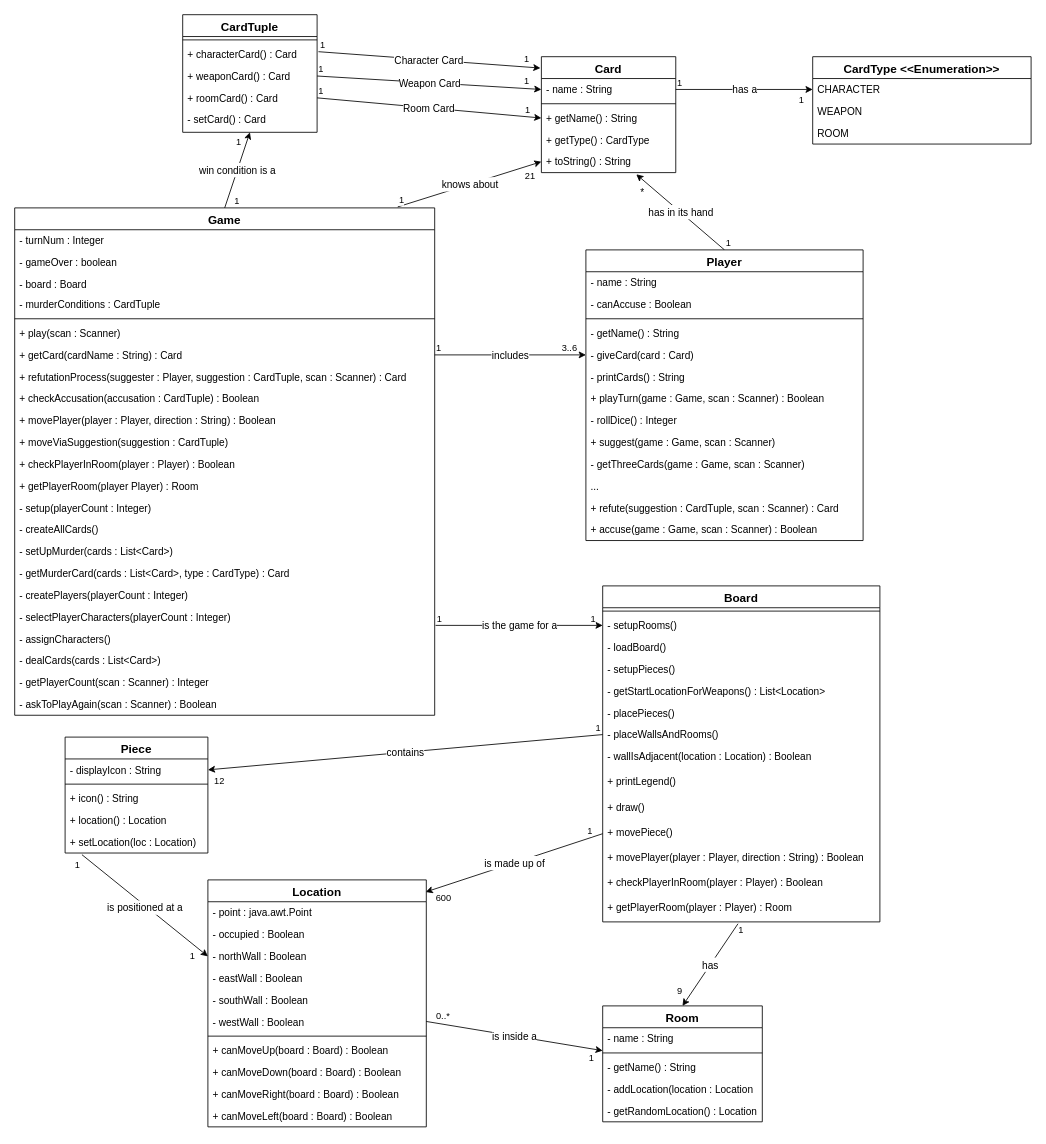
ZeusExMachina/Swen225-Assignment-1 keeps this draw.io diagram as CluedoUML.drawio. Above is the earlier version. Source tidied: cells renumbered, new cells numbered last; positions are measured from the earlier drawing's top-left corner, leaving out a move shared by most shapes. Both pictures are drawn from the tidied source at 84%, with x=0, y=0 at pixel (14, 14).
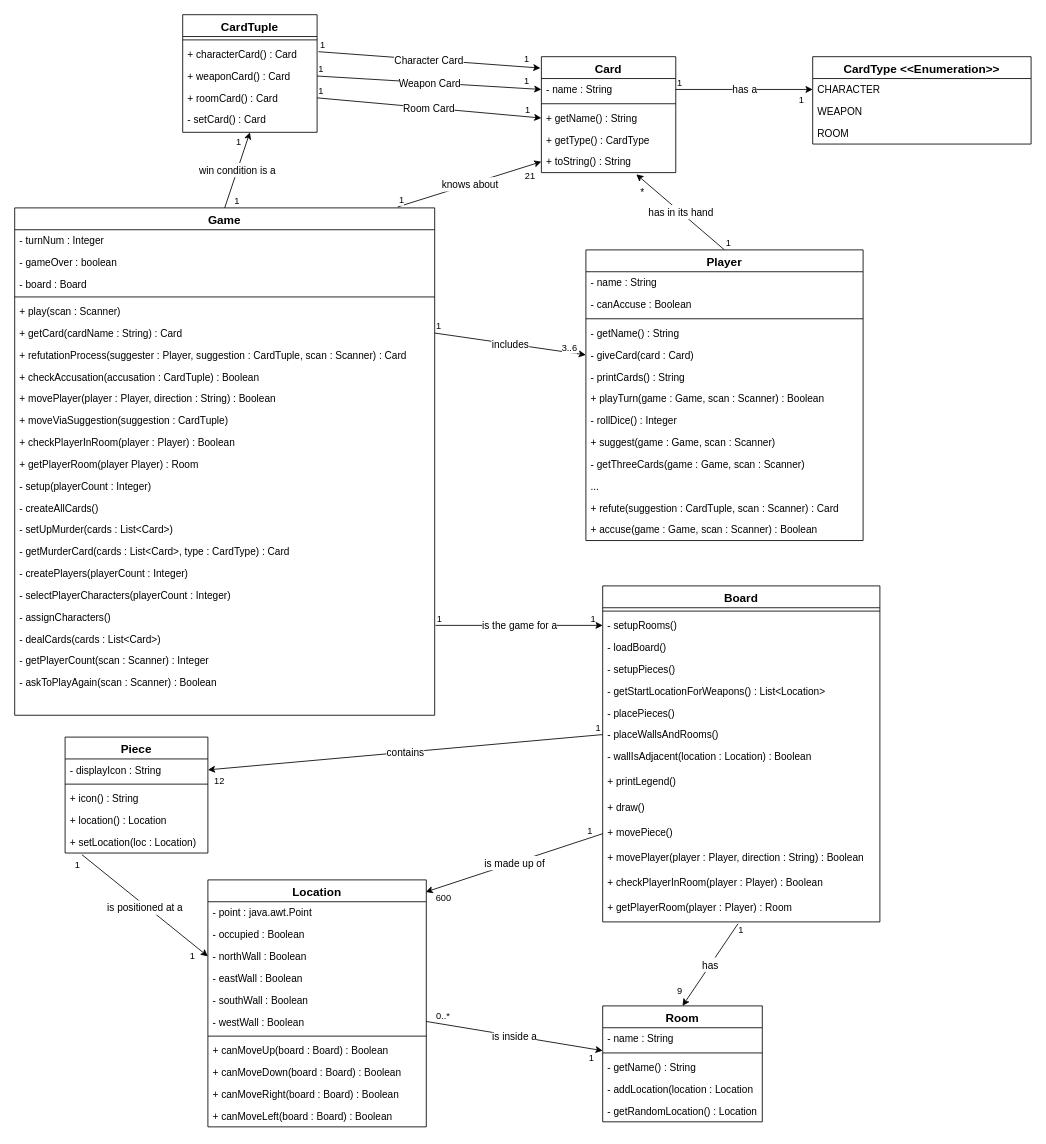
The same diagram, later.

Unchanged cells that the change refers to:
```xml
<mxCell id="8" value="Game" style="swimlane;fontStyle=1;align=center;verticalAlign=top;horizontal=1;startSize=26;rounded=0;shadow=0;strokeWidth=1;fontSize=14;" parent="1" vertex="1">
  <mxGeometry y="230" width="500" height="604" as="geometry" />
</mxCell>
```

What changed in the source:
```diff
@@
-    <mxCell id="12" value="- murderConditions : CardTuple" style="text;align=left;verticalAlign=top;spacingLeft=4;spacingRight=4;overflow=hidden;rounded=0;shadow=0;html=0;" parent="8" vertex="1">
-      <mxGeometry y="102" width="500" height="26" as="geometry" />
-    </mxCell>
     <mxCell id="13" style="line;html=1;strokeWidth=1;align=left;verticalAlign=middle;spacingTop=-1;spacingLeft=3;spacingRight=3;labelPosition=right;" parent="8" vertex="1">
-      <mxGeometry y="128" width="500" height="8" as="geometry" />
+      <mxGeometry y="102" width="500" height="8" as="geometry" />
     </mxCell>
     <mxCell id="14" value="+ play(scan : Scanner)" style="text;align=left;verticalAlign=top;spacingLeft=4;spacingRight=4;overflow=hidden;" parent="8" vertex="1">
-      <mxGeometry y="136" width="500" height="26" as="geometry" />
+      <mxGeometry y="110" width="500" height="26" as="geometry" />
     </mxCell>
     <mxCell id="15" value="+ getCard(cardName : String) : Card" style="text;align=left;verticalAlign=top;spacingLeft=4;spacingRight=4;overflow=hidden;points=[[0,0.5],[1,0.5]];portConstraint=eastwest;" parent="8" vertex="1">
-      <mxGeometry y="162" width="500" height="26" as="geometry" />
+      <mxGeometry y="136" width="500" height="26" as="geometry" />
     </mxCell>
     <mxCell id="16" value="+ refutationProcess(suggester : Player, suggestion : CardTuple, scan : Scanner) : Card" style="text;align=left;verticalAlign=top;spacingLeft=4;spacingRight=4;overflow=hidden;" parent="8" vertex="1">
-      <mxGeometry y="188" width="500" height="26" as="geometry" />
+      <mxGeometry y="162" width="500" height="26" as="geometry" />
     </mxCell>
     <mxCell id="17" value="+ checkAccusation(accusation : CardTuple) : Boolean" style="text;align=left;verticalAlign=top;spacingLeft=4;spacingRight=4;overflow=hidden;" parent="8" vertex="1">
-      <mxGeometry y="214" width="500" height="26" as="geometry" />
+      <mxGeometry y="188" width="500" height="26" as="geometry" />
     </mxCell>
     <mxCell id="18" value="+ movePlayer(player : Player, direction : String) : Boolean" style="text;align=left;verticalAlign=top;spacingLeft=4;spacingRight=4;overflow=hidden;" parent="8" vertex="1">
-      <mxGeometry y="240" width="500" height="26" as="geometry" />
+      <mxGeometry y="214" width="500" height="26" as="geometry" />
     </mxCell>
     <mxCell id="19" value="+ moveViaSuggestion(suggestion : CardTuple)" style="text;align=left;verticalAlign=top;spacingLeft=4;spacingRight=4;overflow=hidden;" parent="8" vertex="1">
-      <mxGeometry y="266" width="500" height="26" as="geometry" />
+      <mxGeometry y="240" width="500" height="26" as="geometry" />
     </mxCell>
     <mxCell id="20" value="+ checkPlayerInRoom(player : Player) : Boolean" style="text;align=left;verticalAlign=top;spacingLeft=4;spacingRight=4;overflow=hidden;" parent="8" vertex="1">
-      <mxGeometry y="292" width="500" height="26" as="geometry" />
+      <mxGeometry y="266" width="500" height="26" as="geometry" />
     </mxCell>
     <mxCell id="21" value="+ getPlayerRoom(player Player) : Room" style="text;align=left;verticalAlign=top;spacingLeft=4;spacingRight=4;overflow=hidden;" parent="8" vertex="1">
-      <mxGeometry y="318" width="500" height="26" as="geometry" />
+      <mxGeometry y="292" width="500" height="26" as="geometry" />
     </mxCell>
     <mxCell id="22" value="- setup(playerCount : Integer)" style="text;align=left;verticalAlign=top;spacingLeft=4;spacingRight=4;overflow=hidden;" parent="8" vertex="1">
-      <mxGeometry y="344" width="500" height="26" as="geometry" />
+      <mxGeometry y="318" width="500" height="26" as="geometry" />
     </mxCell>
     <mxCell id="23" value="- createAllCards()" style="text;align=left;verticalAlign=top;spacingLeft=4;spacingRight=4;overflow=hidden;" parent="8" vertex="1">
-      <mxGeometry y="370" width="500" height="26" as="geometry" />
+      <mxGeometry y="344" width="500" height="26" as="geometry" />
     </mxCell>
     <mxCell id="24" value="- setUpMurder(cards : List&lt;Card&gt;)" style="text;align=left;verticalAlign=top;spacingLeft=4;spacingRight=4;overflow=hidden;" parent="8" vertex="1">
-      <mxGeometry y="396" width="500" height="26" as="geometry" />
+      <mxGeometry y="370" width="500" height="26" as="geometry" />
     </mxCell>
     <mxCell id="25" value="- getMurderCard(cards : List&lt;Card&gt;, type : CardType) : Card" style="text;align=left;verticalAlign=top;spacingLeft=4;spacingRight=4;overflow=hidden;" parent="8" vertex="1">
-      <mxGeometry y="422" width="500" height="26" as="geometry" />
+      <mxGeometry y="396" width="500" height="26" as="geometry" />
     </mxCell>
     <mxCell id="26" value="- createPlayers(playerCount : Integer)" style="text;align=left;verticalAlign=top;spacingLeft=4;spacingRight=4;overflow=hidden;" parent="8" vertex="1">
-      <mxGeometry y="448" width="500" height="26" as="geometry" />
+      <mxGeometry y="422" width="500" height="26" as="geometry" />
     </mxCell>
     <mxCell id="27" value="- selectPlayerCharacters(playerCount : Integer)" style="text;align=left;verticalAlign=top;spacingLeft=4;spacingRight=4;overflow=hidden;" parent="8" vertex="1">
-      <mxGeometry y="474" width="500" height="26" as="geometry" />
+      <mxGeometry y="448" width="500" height="26" as="geometry" />
     </mxCell>
     <mxCell id="28" value="- assignCharacters()" style="text;align=left;verticalAlign=top;spacingLeft=4;spacingRight=4;overflow=hidden;" parent="8" vertex="1">
-      <mxGeometry y="500" width="500" height="26" as="geometry" />
+      <mxGeometry y="474" width="500" height="26" as="geometry" />
     </mxCell>
     <mxCell id="29" value="- dealCards(cards : List&lt;Card&gt;)" style="text;align=left;verticalAlign=top;spacingLeft=4;spacingRight=4;overflow=hidden;" parent="8" vertex="1">
-      <mxGeometry y="526" width="500" height="26" as="geometry" />
+      <mxGeometry y="500" width="500" height="26" as="geometry" />
     </mxCell>
     <mxCell id="30" value="- getPlayerCount(scan : Scanner) : Integer" style="text;align=left;verticalAlign=top;spacingLeft=4;spacingRight=4;overflow=hidden;" parent="8" vertex="1">
-      <mxGeometry y="552" width="500" height="26" as="geometry" />
+      <mxGeometry y="526" width="500" height="26" as="geometry" />
     </mxCell>
     <mxCell id="31" value="- askToPlayAgain(scan : Scanner) : Boolean" style="text;align=left;verticalAlign=top;spacingLeft=4;spacingRight=4;overflow=hidden;" parent="8" vertex="1">
-      <mxGeometry y="578" width="500" height="26" as="geometry" />
+      <mxGeometry y="552" width="500" height="26" as="geometry" />
     </mxCell>
```
